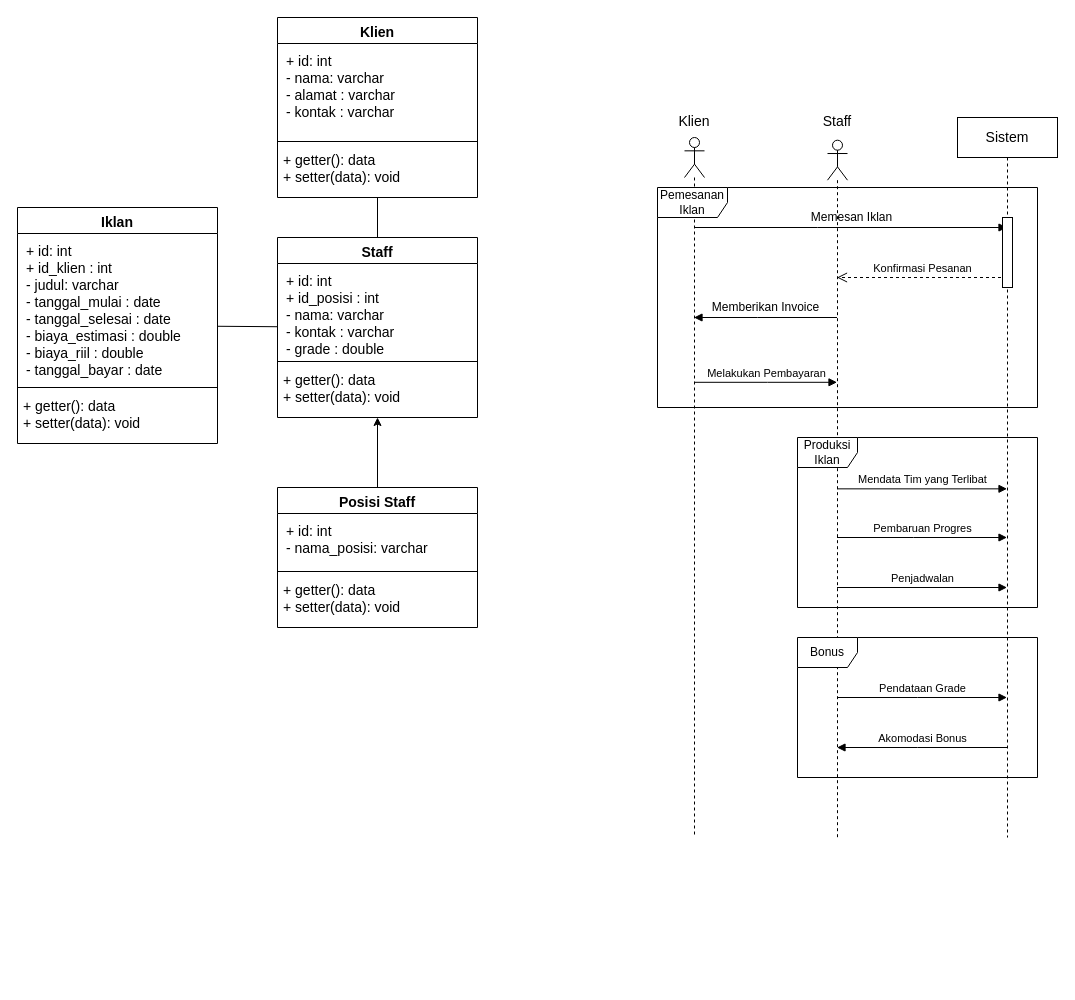
Above: prakAPS.drawio in ahmrh/diagrams.net (draw.io), before the change. Source tidied: cells renumbered, new cells numbered last; positions are measured from the earlier drawing's top-left corner, leaving out a move shared by most shapes. Both pictures are drawn from the tidied source at 100%, with x=0, y=0 at pixel (17, 17).
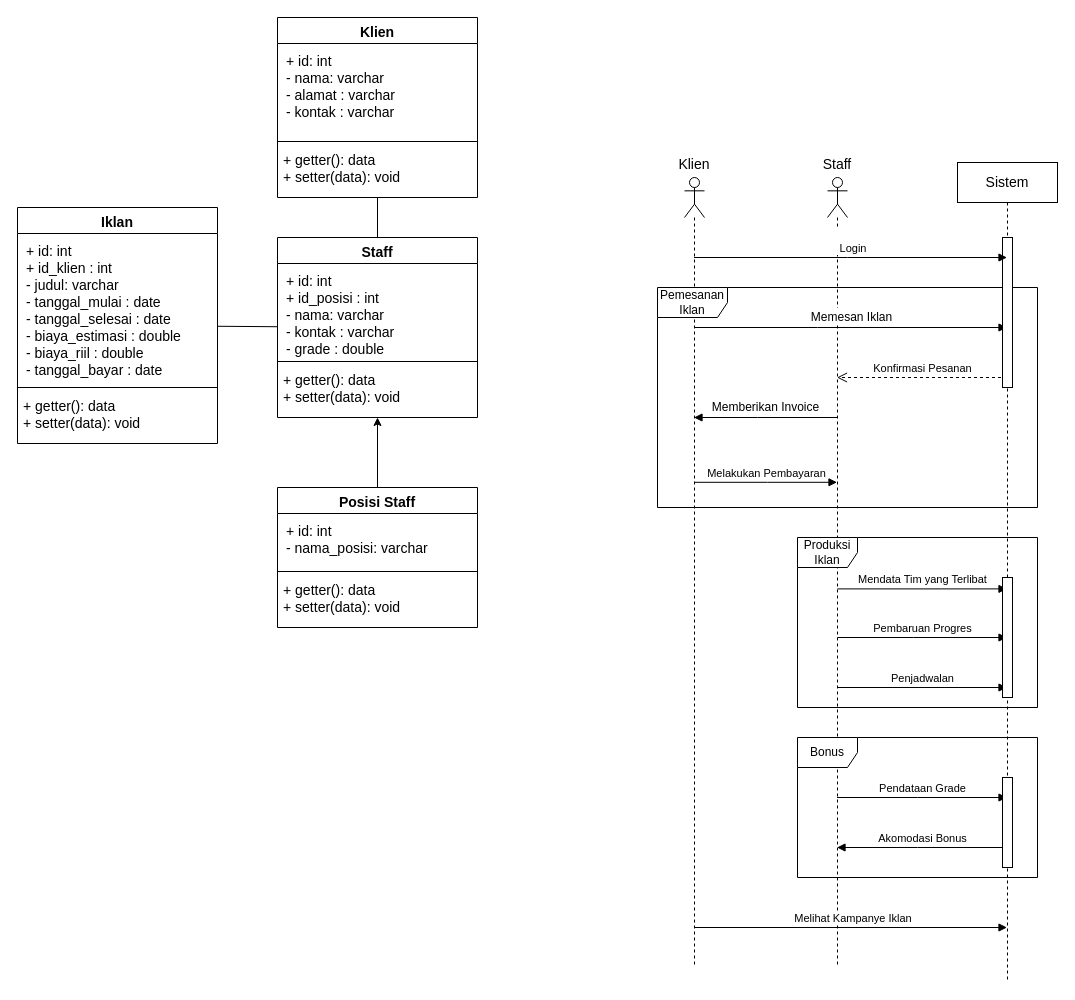
Above is the later version.

Change to the diagram source:
```diff
@@
-    <mxCell id="21" value="Sistem" style="shape=umlLifeline;perimeter=lifelinePerimeter;whiteSpace=wrap;html=1;outlineConnect=0;fontSize=14;" parent="1" vertex="1">
-      <mxGeometry x="940" y="100" width="100" height="720" as="geometry" />
+    <mxCell id="21" value="Sistem" style="shape=umlLifeline;perimeter=lifelinePerimeter;whiteSpace=wrap;html=1;outlineConnect=0;fontSize=14;size=40;" parent="1" vertex="1">
+      <mxGeometry x="940" y="145" width="100" height="820" as="geometry" />
     </mxCell>
     <mxCell id="22" style="group;" parent="1" vertex="1">
-      <mxGeometry x="647" y="50" width="60" height="770" as="geometry" />
+      <mxGeometry x="647" y="60" width="60" height="890" as="geometry" />
     </mxCell>
     <mxCell id="23" style="shape=umlLifeline;participant=umlActor;perimeter=lifelinePerimeter;whiteSpace=wrap;html=1;verticalAlign=top;spacingTop=36;outlineConnect=0;fontSize=14;" parent="22" vertex="1">
-      <mxGeometry x="20" y="70" width="20" height="700" as="geometry" />
+      <mxGeometry x="20" y="100" width="20" height="790" as="geometry" />
     </mxCell>
     <mxCell id="24" value="Klien" style="text;html=1;strokeColor=none;fillColor=none;align=center;verticalAlign=middle;whiteSpace=wrap;rounded=0;fontSize=14;" parent="22" vertex="1">
-      <mxGeometry y="38.6" width="60" height="31.4" as="geometry" />
+      <mxGeometry y="73.7" width="60" height="26.3" as="geometry" />
     </mxCell>
+    <mxCell id="28" style="shape=umlLifeline;participant=umlActor;perimeter=lifelinePerimeter;whiteSpace=wrap;html=1;verticalAlign=top;spacingTop=36;outlineConnect=0;fontSize=14;" parent="1" vertex="1">
+      <mxGeometry x="810" y="160" width="20" height="788.2" as="geometry" />
+    </mxCell>
+    <mxCell id="29" value="Staff" style="text;html=1;strokeColor=none;fillColor=none;align=center;verticalAlign=middle;whiteSpace=wrap;rounded=0;fontSize=14;" parent="1" vertex="1">
+      <mxGeometry x="790" y="134.1" width="60" height="25.9" as="geometry" />
+    </mxCell>
+    <mxCell id="43" style="group;" parent="1" vertex="1">
+      <mxGeometry x="640" y="270" width="380" height="220" as="geometry" />
+    </mxCell>
+    <mxCell id="27" value="Pemesanan Iklan" style="shape=umlFrame;whiteSpace=wrap;html=1;width=70;height=30;" parent="43" vertex="1">
+      <mxGeometry width="380" height="220" as="geometry" />
+    </mxCell>
+    <mxCell id="44" style="group;" parent="43" vertex="1">
+      <mxGeometry x="100" y="40" width="160" height="154.8" as="geometry" />
+    </mxCell>
-    <mxCell id="25" value="&lt;font style=&quot;font-size: 12px&quot;&gt;Memesan Iklan&lt;/font&gt;" style="html=1;verticalAlign=bottom;endArrow=block;rounded=0;fontSize=14;" parent="1" edge="1" source="23" target="21">
+    <mxCell id="25" value="&lt;font style=&quot;font-size: 12px&quot;&gt;Memesan Iklan&lt;/font&gt;" style="html=1;verticalAlign=bottom;endArrow=block;rounded=0;fontSize=14;" parent="44" edge="1" source="23" target="21">
       <mxGeometry relative="1" as="geometry">
         <Array as="points">
-          <mxPoint x="800" y="210" />
+          <mxPoint x="60" />
         </Array>
       </mxGeometry>
     </mxCell>
-    <mxCell id="26" value="Konfirmasi Pesanan" style="html=1;verticalAlign=bottom;endArrow=open;dashed=1;endSize=8;rounded=0;" parent="1" edge="1" source="21" target="28">
+    <mxCell id="26" value="Konfirmasi Pesanan" style="html=1;verticalAlign=bottom;endArrow=open;dashed=1;endSize=8;rounded=0;" parent="44" edge="1" source="21" target="28">
       <mxGeometry relative="1" as="geometry">
         <Array as="points">
-          <mxPoint x="900" y="260" />
+          <mxPoint x="160" y="50" />
         </Array>
       </mxGeometry>
     </mxCell>
-    <mxCell id="27" value="Pemesanan Iklan" style="shape=umlFrame;whiteSpace=wrap;html=1;width=70;height=30;" parent="1" vertex="1">
-      <mxGeometry x="640" y="170" width="380" height="220" as="geometry" />
-    </mxCell>
-    <mxCell id="28" style="shape=umlLifeline;participant=umlActor;perimeter=lifelinePerimeter;whiteSpace=wrap;html=1;verticalAlign=top;spacingTop=36;outlineConnect=0;fontSize=14;" parent="1" vertex="1">
-      <mxGeometry x="810" y="122.7" width="20" height="697.3" as="geometry" />
-    </mxCell>
-    <mxCell id="29" value="Staff" style="text;html=1;strokeColor=none;fillColor=none;align=center;verticalAlign=middle;whiteSpace=wrap;rounded=0;fontSize=14;" parent="1" vertex="1">
-      <mxGeometry x="790" y="90.9" width="60" height="25.9" as="geometry" />
-    </mxCell>
-    <mxCell id="30" style="group;" parent="1" vertex="1">
-      <mxGeometry x="740" y="300" width="10" height="64.8" as="geometry" />
+    <mxCell id="30" style="group;" parent="44" vertex="1">
+      <mxGeometry y="90" width="10" height="64.8" as="geometry" />
     </mxCell>
@@
-    <mxCell id="33" style="html=1;perimeter=orthogonalPerimeter;" parent="1" vertex="1">
-      <mxGeometry x="985" y="200" width="10" height="70" as="geometry" />
-    </mxCell>
+    <mxCell id="45" style="html=1;perimeter=orthogonalPerimeter;" parent="43" vertex="1">
+      <mxGeometry x="345" y="-50" width="10" height="150" as="geometry" />
+    </mxCell>
+    <mxCell id="46" value="&lt;br&gt;&amp;nbsp;Login" style="html=1;verticalAlign=bottom;endArrow=block;rounded=0;" parent="1" edge="1" source="23" target="21">
+      <mxGeometry relative="1" as="geometry">
+        <Array as="points">
+          <mxPoint x="830" y="240" />
+        </Array>
+      </mxGeometry>
+    </mxCell>
-    <mxCell id="34" value="Mendata Tim yang Terlibat" style="html=1;verticalAlign=bottom;endArrow=block;rounded=0;" parent="1" edge="1" source="28" target="21">
-      <mxGeometry relative="1" as="geometry" />
+    <mxCell id="34" value="Mendata Tim yang Terlibat" style="html=1;verticalAlign=bottom;endArrow=block;rounded=0;" parent="1" edge="1">
+      <mxGeometry relative="1" as="geometry">
+        <mxPoint x="819.9" y="571.4" as="sourcePoint" />
+        <mxPoint x="989.5" y="571.4" as="targetPoint" />
+      </mxGeometry>
     </mxCell>
-    <mxCell id="35" value="Pembaruan Progres" style="html=1;verticalAlign=bottom;endArrow=block;rounded=0;" parent="1" edge="1" source="28" target="21">
+    <mxCell id="35" value="Pembaruan Progres" style="html=1;verticalAlign=bottom;endArrow=block;rounded=0;" parent="1" edge="1">
       <mxGeometry relative="1" as="geometry">
+        <mxPoint x="819.9" y="620" as="sourcePoint" />
+        <mxPoint x="989.5" y="620" as="targetPoint" />
         <Array as="points">
-          <mxPoint x="896" y="520" />
+          <mxPoint x="896" y="620" />
         </Array>
       </mxGeometry>
     </mxCell>
-    <mxCell id="36" value="Penjadwalan" style="html=1;verticalAlign=bottom;endArrow=block;rounded=0;" parent="1" edge="1" source="28" target="21">
+    <mxCell id="36" value="Penjadwalan" style="html=1;verticalAlign=bottom;endArrow=block;rounded=0;" parent="1" edge="1">
       <mxGeometry relative="1" as="geometry">
+        <mxPoint x="819.9" y="670" as="sourcePoint" />
+        <mxPoint x="989.5" y="670" as="targetPoint" />
         <Array as="points">
-          <mxPoint x="901.5" y="570" />
+          <mxPoint x="901.5" y="670" />
         </Array>
       </mxGeometry>
     </mxCell>
     <mxCell id="37" value="Produksi Iklan" style="shape=umlFrame;whiteSpace=wrap;html=1;" parent="1" vertex="1">
-      <mxGeometry x="780" y="420" width="240" height="170" as="geometry" />
+      <mxGeometry x="780" y="520" width="240" height="170" as="geometry" />
     </mxCell>
     <mxCell id="38" style="group;" parent="1" vertex="1">
-      <mxGeometry x="900" y="680" width="20" height="50" as="geometry" />
+      <mxGeometry x="900" y="780" width="20" height="50" as="geometry" />
     </mxCell>
@@
     <mxCell id="42" value="Bonus" style="shape=umlFrame;whiteSpace=wrap;html=1;" parent="1" vertex="1">
-      <mxGeometry x="780" y="620" width="240" height="140" as="geometry" />
+      <mxGeometry x="780" y="720" width="240" height="140" as="geometry" />
     </mxCell>
+    <mxCell id="47" style="html=1;perimeter=orthogonalPerimeter;" parent="1" vertex="1">
+      <mxGeometry x="985" y="560" width="10" height="120" as="geometry" />
+    </mxCell>
+    <mxCell id="48" style="html=1;perimeter=orthogonalPerimeter;" parent="1" vertex="1">
+      <mxGeometry x="985" y="760" width="10" height="90" as="geometry" />
+    </mxCell>
+    <mxCell id="49" value="&amp;nbsp;Melihat Kampanye Iklan" style="html=1;verticalAlign=bottom;endArrow=block;rounded=0;" parent="1" edge="1" source="23" target="21">
+      <mxGeometry relative="1" as="geometry">
+        <Array as="points">
+          <mxPoint x="820" y="910" />
+        </Array>
+      </mxGeometry>
+    </mxCell>
```
